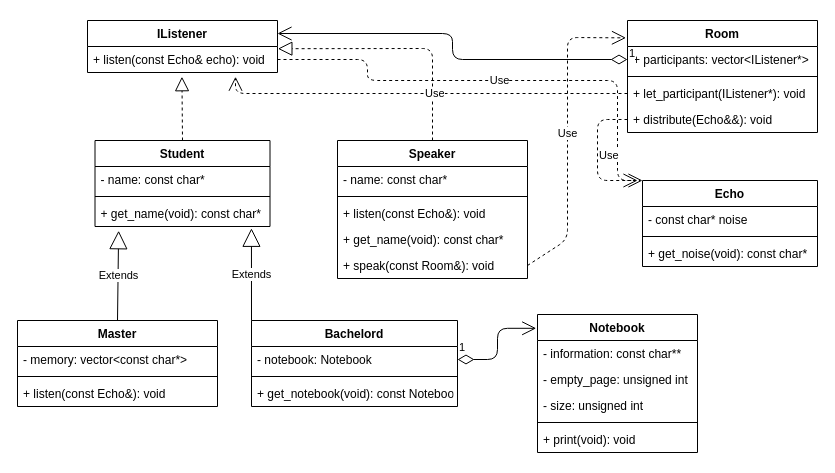
The draw.io diagram Lab1-Lecture/Lecture.drawio in DenisParal/Design-Patterns-labs, before the edit. Source tidied: cells renumbered, new cells numbered last; positions are measured from the earlier drawing's top-left corner, leaving out a move shared by most shapes. Both pictures are drawn from the tidied source at 100%, with x=0, y=0 at pixel (17, 20).
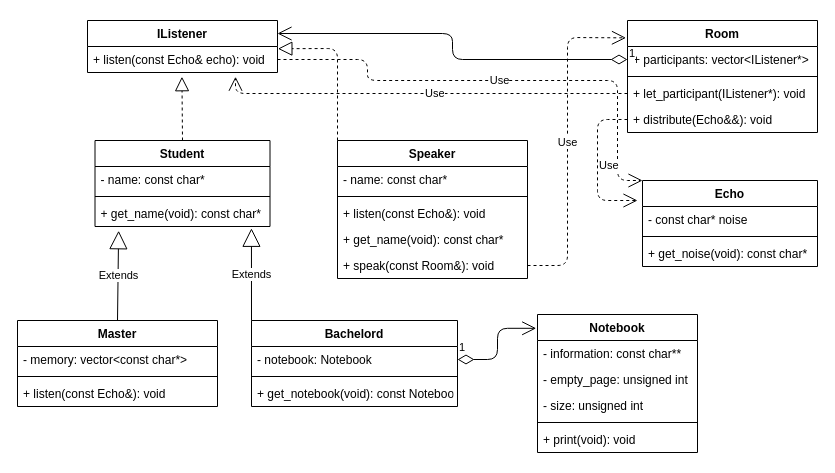
After the change.

The change refers to these unchanged cells:
```xml
<mxCell id="3" value="+ listen(const Echo&amp; echo): void" style="text;strokeColor=none;fillColor=none;align=left;verticalAlign=top;spacingLeft=4;spacingRight=4;overflow=hidden;points=[[0,0.5],[1,0.5]];portConstraint=eastwest;" parent="2" vertex="1">
  <mxGeometry y="26" width="190" height="26" as="geometry" />
</mxCell>
<mxCell id="22" value="Speaker" style="swimlane;fontStyle=1;align=center;verticalAlign=top;horizontal=1;startSize=26;hachureGap=4;" parent="1" vertex="1">
  <mxGeometry x="320" y="120" width="190" height="138" as="geometry" />
</mxCell>
<mxCell id="27" value="+ speak(const Room&amp;): void" style="text;strokeColor=none;fillColor=none;align=left;verticalAlign=top;spacingLeft=4;spacingRight=4;overflow=hidden;points=[[0,0.5],[1,0.5]];portConstraint=eastwest;" parent="22" vertex="1">
  <mxGeometry y="112" width="190" height="26" as="geometry" />
</mxCell>
<mxCell id="28" value="Room" style="swimlane;fontStyle=1;align=center;verticalAlign=top;horizontal=1;startSize=26;hachureGap=4;" parent="1" vertex="1">
  <mxGeometry x="610" width="190" height="112" as="geometry" />
</mxCell>
<mxCell id="32" value="+ distribute(Echo&amp;&amp;): void" style="text;strokeColor=none;fillColor=none;align=left;verticalAlign=top;spacingLeft=4;spacingRight=4;overflow=hidden;points=[[0,0.5],[1,0.5]];portConstraint=eastwest;" parent="28" vertex="1">
  <mxGeometry y="86" width="190" height="26" as="geometry" />
</mxCell>
```

The edit, as a diff of the source:
```diff
@@
-    <mxCell id="40" style="endArrow=block;dashed=1;endFill=0;endSize=12;html=1;sourcePerimeterSpacing=8;targetPerimeterSpacing=8;exitX=0.5;exitY=0;exitDx=0;exitDy=0;entryX=1.002;entryY=0.085;entryDx=0;entryDy=0;entryPerimeter=0;" parent="1" edge="1" source="22" target="3">
+    <mxCell id="40" style="endArrow=block;dashed=1;endFill=0;endSize=12;html=1;sourcePerimeterSpacing=8;targetPerimeterSpacing=8;exitX=0;exitY=0;exitDx=0;exitDy=0;entryX=1.002;entryY=0.085;entryDx=0;entryDy=0;entryPerimeter=0;" parent="1" edge="1" source="22" target="3">
       <mxGeometry relative="1" as="geometry">
         <Array as="points">
-          <mxPoint x="415" y="28" />
+          <mxPoint x="320" y="28" />
         </Array>
       </mxGeometry>
     </mxCell>
     <mxCell id="41" value="Use" style="endArrow=open;endSize=12;dashed=1;html=1;sourcePerimeterSpacing=8;targetPerimeterSpacing=8;exitX=1;exitY=0.5;exitDx=0;exitDy=0;entryX=-0.008;entryY=0.155;entryDx=0;entryDy=0;entryPerimeter=0;" parent="1" edge="1" source="27" target="28">
       <mxGeometry relative="1" as="geometry">
         <Array as="points">
-          <mxPoint x="550" y="219" />
+          <mxPoint x="550" y="245" />
           <mxPoint x="550" y="17" />
         </Array>
       </mxGeometry>
     </mxCell>
@@
     <mxCell id="46" value="Use" style="endArrow=open;endSize=12;dashed=1;html=1;sourcePerimeterSpacing=8;targetPerimeterSpacing=8;align=left;exitX=0;exitY=0.5;exitDx=0;exitDy=0;" parent="1" edge="1" source="32">
       <mxGeometry relative="1" as="geometry">
-        <mxPoint x="620" y="160" as="targetPoint" />
+        <mxPoint x="620" y="180" as="targetPoint" />
         <Array as="points">
           <mxPoint x="580" y="99" />
-          <mxPoint x="580" y="160" />
+          <mxPoint x="580" y="180" />
         </Array>
       </mxGeometry>
     </mxCell>
```
